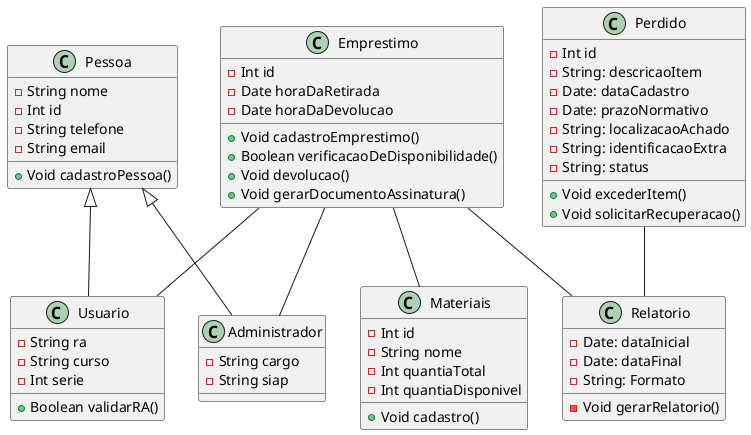
danielalvesmoura/APS-Compartilhado keeps this PlantUML diagram as diagramaDeClasse.png. Above is the earlier version.
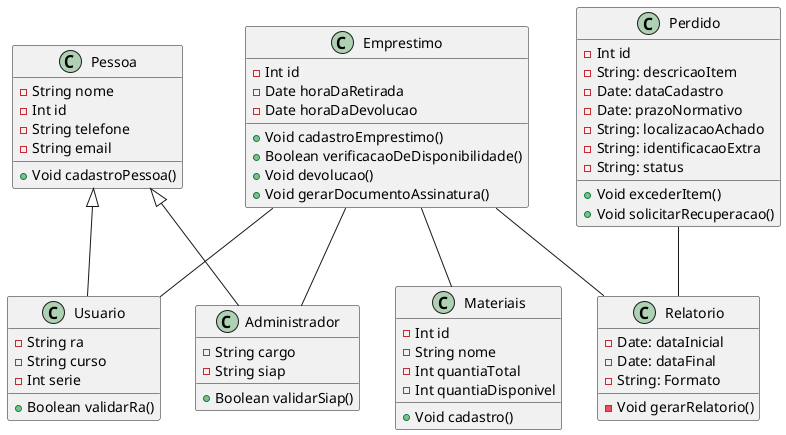
The same diagram one commit later.

Commit message:
Alteração rápida nas classes

The edit, as a diff of the source:
```diff
@@ -14,12 +14,14 @@
     -String curso
     -Int serie
 
-    +Boolean validarRA()
+    +Boolean validarRa()
 }
 
 class Administrador {
     -String cargo
     -String siap
+
+    +Boolean validarSiap()
 }
 
 class Materiais {
```
